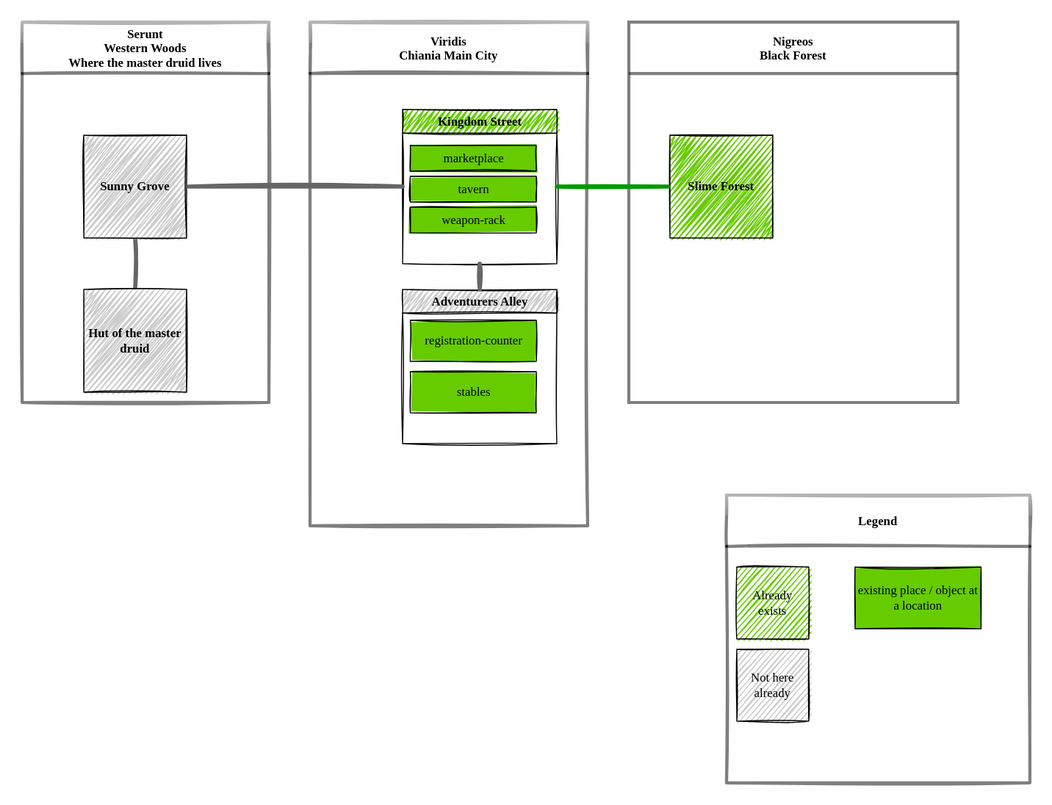
Before: docs/world/include/chiania_world_map.drawio.svg, a diagram exported from draw.io (RudolfAchter/chiania). Source tidied: cells renumbered, new cells last; positions are measured from the earlier drawing's top-left corner, leaving out a move shared by most shapes.
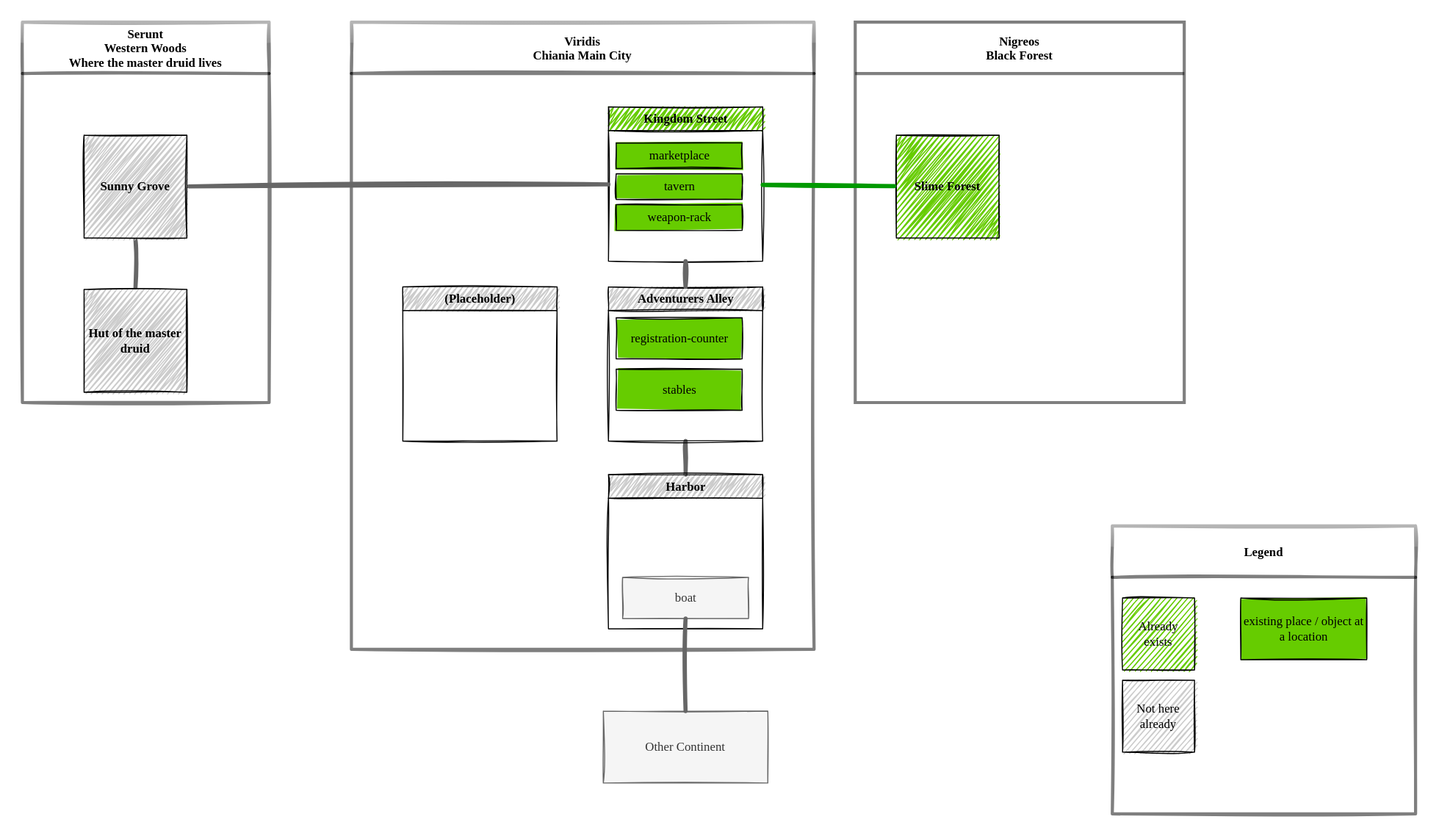
The same diagram one commit later.

Change to the diagram source:
```diff
@@ -3,10 +3,10 @@
     <mxCell id="0" />
     <mxCell id="1" parent="0" />
     <mxCell id="2" value="Viridis &#10;Chiania Main City" style="swimlane;glass=1;swimlaneLine=1;swimlaneFillColor=default;gradientColor=none;fillColor=default;sketch=1;shadow=0;rounded=0;opacity=50;strokeWidth=3;startSize=50;fontFamily=&quot;8-bit Operator+&quot;;" parent="1" vertex="1">
-      <mxGeometry x="280" width="270" height="490" as="geometry" />
+      <mxGeometry x="270" y="120" width="450" height="610" as="geometry" />
     </mxCell>
     <mxCell id="3" value="Kingdom Street" style="swimlane;fontFamily=&quot;8-bit Operator+&quot;;fontSize=12;fontColor=rgb(0, 0, 0);align=center;strokeColor=rgb(0, 0, 0);strokeWidth=1;fillColor=#66CC00;html=1;sketch=1;fillStyle=zigzag;" parent="2" vertex="1">
-      <mxGeometry x="90" y="85" width="150" height="150" as="geometry" />
+      <mxGeometry x="250" y="82.5" width="150" height="150" as="geometry" />
     </mxCell>
     <mxCell id="4" value="marketplace" style="rounded=0;whiteSpace=wrap;html=1;glass=0;labelBackgroundColor=none;labelBorderColor=none;sketch=1;fontFamily=&quot;8-bit Operator+&quot;;fontSize=12;strokeWidth=1;gradientColor=none;fillColor=#66CC00;spacing=4;fontStyle=0;fillStyle=solid;" parent="3" vertex="1">
       <mxGeometry x="7.5" y="35" width="122.5" height="25" as="geometry" />
@@ -17,8 +17,11 @@
     <mxCell id="6" value="weapon-rack" style="rounded=0;whiteSpace=wrap;html=1;glass=0;labelBackgroundColor=none;labelBorderColor=none;sketch=1;fontFamily=&quot;8-bit Operator+&quot;;fontSize=12;strokeWidth=1;gradientColor=none;fillColor=#66CC00;spacing=4;fontStyle=0;fillStyle=solid;" parent="3" vertex="1">
       <mxGeometry x="7.5" y="95" width="122.5" height="25" as="geometry" />
     </mxCell>
+    <mxCell id="23" style="edgeStyle=none;shape=connector;rounded=1;sketch=1;html=1;labelBackgroundColor=default;fontFamily=&quot;8-bit Operator+&quot;;fontSize=12;fontColor=#333333;endArrow=none;endFill=0;strokeColor=#666666;strokeWidth=4;" parent="2" edge="1" source="7" target="25">
+      <mxGeometry relative="1" as="geometry" />
+    </mxCell>
     <mxCell id="7" value="Adventurers Alley" style="swimlane;fontFamily=&quot;8-bit Operator+&quot;;fontSize=12;fontColor=rgb(0, 0, 0);align=center;strokeColor=rgb(0, 0, 0);strokeWidth=1;fillColor=#CCCCCC;html=1;sketch=1;fillStyle=zigzag;" parent="2" vertex="1">
-      <mxGeometry x="90" y="260" width="150" height="150" as="geometry" />
+      <mxGeometry x="250" y="257.5" width="150" height="150" as="geometry" />
     </mxCell>
     <mxCell id="8" value="registration-counter" style="rounded=0;whiteSpace=wrap;html=1;glass=0;labelBackgroundColor=none;labelBorderColor=none;sketch=1;fontFamily=&quot;8-bit Operator+&quot;;fontSize=12;strokeWidth=1;gradientColor=none;fillColor=#66CC00;spacing=4;fontStyle=0;fillStyle=solid;" parent="7" vertex="1">
       <mxGeometry x="7.5" y="30" width="122.5" height="40" as="geometry" />
@@ -29,14 +32,23 @@
     <mxCell id="10" style="edgeStyle=none;html=1;endArrow=none;endFill=0;exitX=0.5;exitY=1;exitDx=0;exitDy=0;entryX=0.5;entryY=0;entryDx=0;entryDy=0;strokeWidth=4;strokeColor=#666666;sketch=1;" parent="2" edge="1" source="3" target="7">
       <mxGeometry relative="1" as="geometry" />
     </mxCell>
+    <mxCell id="24" value="(Placeholder)" style="swimlane;fontFamily=&quot;8-bit Operator+&quot;;fontSize=12;fontColor=rgb(0, 0, 0);align=center;strokeColor=rgb(0, 0, 0);strokeWidth=1;fillColor=#CCCCCC;html=1;sketch=1;fillStyle=zigzag;" parent="2" vertex="1">
+      <mxGeometry x="50" y="257.5" width="150" height="150" as="geometry" />
+    </mxCell>
+    <mxCell id="25" value="Harbor" style="swimlane;fontFamily=&quot;8-bit Operator+&quot;;fontSize=12;fontColor=rgb(0, 0, 0);align=center;strokeColor=rgb(0, 0, 0);strokeWidth=1;fillColor=#CCCCCC;html=1;sketch=1;fillStyle=zigzag;" parent="2" vertex="1">
+      <mxGeometry x="250" y="440" width="150" height="150" as="geometry" />
+    </mxCell>
+    <mxCell id="26" value="boat" style="rounded=0;whiteSpace=wrap;html=1;glass=0;labelBackgroundColor=none;labelBorderColor=none;sketch=1;fontFamily=&quot;8-bit Operator+&quot;;fontSize=12;strokeWidth=1;fillColor=#f5f5f5;spacing=4;fontStyle=0;fillStyle=solid;fontColor=#333333;strokeColor=#666666;" parent="25" vertex="1">
+      <mxGeometry x="13.8" y="100" width="122.5" height="40" as="geometry" />
+    </mxCell>
     <mxCell id="11" value="Nigreos&#10;Black Forest" style="swimlane;&#10;swimlaneFillColor=#999999;&#10;fillColor=#66CC00;&#10;swimlaneLine=1;swimlaneFillColor=default;&#10;opacity=50%;opacity=50;strokeWidth=3;startSize=50;fontFamily=&quot;8-bit Operator+&quot;;&#10;glass=1;&#10;gradientColor=none;&#10;sketch=1;shadow=0;rounded=0;" parent="1" vertex="1">
-      <mxGeometry x="590" width="320" height="370" as="geometry" />
+      <mxGeometry x="760" y="120" width="320" height="370" as="geometry" />
     </mxCell>
     <mxCell id="12" value="Slime Forest" style="rounded=0;whiteSpace=wrap;html=1;sketch=1;fillColor=#66CC00;strokeWidth=1;fontFamily=&quot;8-bit Operator+&quot;;gradientColor=none;perimeterSpacing=2;labelBackgroundColor=none;labelBorderColor=none;spacing=4;fontStyle=1;fillStyle=zigzag;" parent="11" vertex="1">
       <mxGeometry x="40" y="110" width="100" height="100" as="geometry" />
     </mxCell>
     <mxCell id="13" value="Serunt&#10;Western Woods&#10;Where the master druid lives" style="swimlane;glass=1;fillColor=default;gradientColor=none;swimlaneFillColor=default;sketch=1;swimlaneLine=1;opacity=50;strokeWidth=3;startSize=50;fontFamily=&quot;8-bit Operator+&quot;;shadow=0;rounded=0;" parent="1" vertex="1">
-      <mxGeometry width="240" height="370" as="geometry" />
+      <mxGeometry x="-50" y="120" width="240" height="370" as="geometry" />
     </mxCell>
     <mxCell id="14" style="edgeStyle=none;sketch=1;html=1;fontFamily=Helvetica;endArrow=none;strokeColor=#666666;endFill=0;strokeWidth=4;" parent="13" edge="1" source="15" target="16">
       <mxGeometry relative="1" as="geometry" />
@@ -54,7 +66,7 @@
       <mxGeometry relative="1" as="geometry" />
     </mxCell>
     <mxCell id="19" value="Legend" style="swimlane;fillColor=default;startSize=50;swimlaneFillColor=default;opacity=50;strokeWidth=3;fontFamily=&quot;8-bit Operator+&quot;;glass=1;gradientColor=none;sketch=1;shadow=0;rounded=0;" parent="1" vertex="1">
-      <mxGeometry x="685" y="460" width="295" height="280" as="geometry" />
+      <mxGeometry x="1010" y="610" width="295" height="280" as="geometry" />
     </mxCell>
     <mxCell id="20" value="Already exists" style="rounded=0;whiteSpace=wrap;html=1;sketch=1;fillColor=#66CC00;strokeWidth=1;fontFamily=&quot;8-bit Operator+&quot;;" parent="19" vertex="1">
       <mxGeometry x="10" y="70" width="70" height="70" as="geometry" />
@@ -65,5 +77,11 @@
     <mxCell id="22" value="existing place / object at a location" style="rounded=0;whiteSpace=wrap;html=1;glass=0;labelBackgroundColor=none;labelBorderColor=none;sketch=1;fontFamily=&quot;8-bit Operator+&quot;;fontSize=12;strokeWidth=1;gradientColor=none;fillColor=#66CC00;spacing=4;fontStyle=0;fillStyle=solid;" parent="19" vertex="1">
       <mxGeometry x="125" y="70" width="122.5" height="60" as="geometry" />
     </mxCell>
+    <mxCell id="27" value="Other Continent" style="rounded=0;whiteSpace=wrap;html=1;glass=0;labelBackgroundColor=none;labelBorderColor=none;sketch=1;fillStyle=solid;fontFamily=&quot;8-bit Operator+&quot;;fontSize=12;fontColor=#333333;strokeColor=#666666;strokeWidth=1;fillColor=#f5f5f5;" parent="1" vertex="1">
+      <mxGeometry x="515" y="790" width="160" height="70" as="geometry" />
+    </mxCell>
+    <mxCell id="28" style="edgeStyle=none;shape=connector;rounded=1;sketch=1;html=1;labelBackgroundColor=default;fontFamily=&quot;8-bit Operator+&quot;;fontSize=12;fontColor=#333333;endArrow=none;endFill=0;strokeColor=#666666;strokeWidth=4;" parent="1" edge="1" source="26" target="27">
+      <mxGeometry relative="1" as="geometry" />
+    </mxCell>
   </root>
 </mxGraphModel>
```
